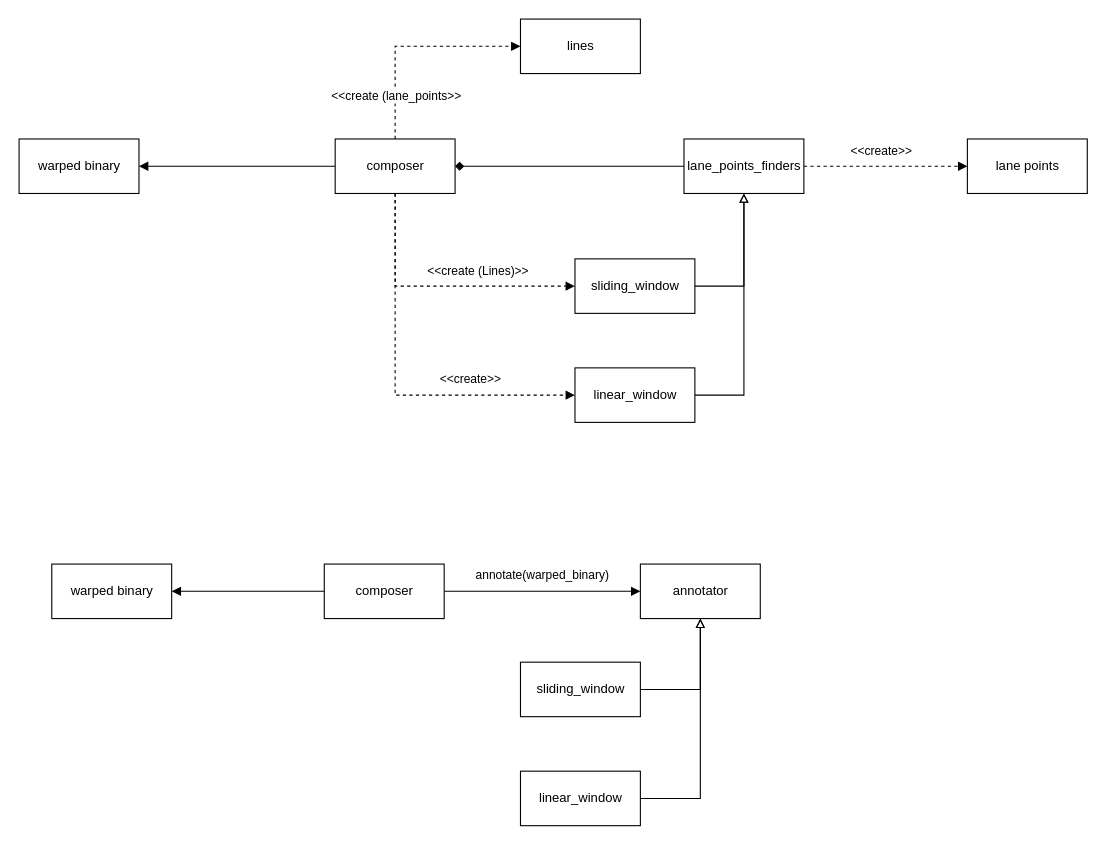
The draw.io diagram page "Page-6" (6 of 7) of sandbox.drawio in ben-blazado/CarND-Advanced-Lane-Lines, before the edit. Source tidied: cells renumbered, new cells numbered last; positions are measured from the earlier drawing's top-left corner, leaving out a move shared by most shapes. Both pictures are drawn from the tidied source at 109%, with x=0, y=0 at pixel (19, 19).
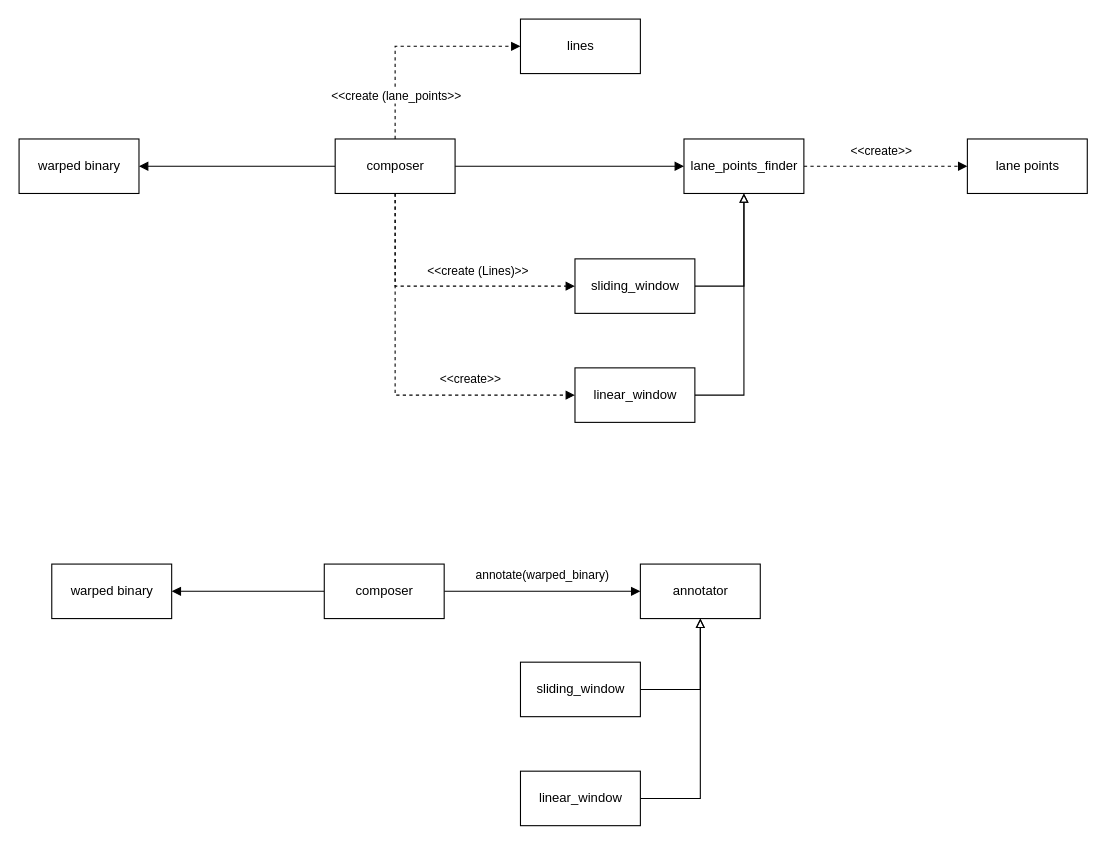
The same diagram, later.

The change refers to these unchanged cells:
```xml
<mxCell id="16" value="composer" style="html=1;" parent="1" vertex="1">
  <mxGeometry x="290" y="110" width="110" height="50" as="geometry" />
</mxCell>
```

The edit, as a diff of the source:
```diff
@@
-    <mxCell id="4" style="edgeStyle=orthogonalEdgeStyle;rounded=0;jettySize=auto;html=1;exitX=0;exitY=0.5;exitDx=0;exitDy=0;endArrow=diamond;endFill=1;" parent="1" edge="1" source="5" target="16">
-      <mxGeometry relative="1" as="geometry" />
-    </mxCell>
-    <mxCell id="5" value="lane_points_finders" style="html=1;" parent="1" vertex="1">
+    <mxCell id="5" value="lane_points_finder" style="html=1;" parent="1" vertex="1">
       <mxGeometry x="610" y="110" width="110" height="50" as="geometry" />
     </mxCell>
@@
+    <mxCell id="29" style="edgeStyle=orthogonalEdgeStyle;rounded=0;jettySize=auto;html=1;exitX=1;exitY=0.5;exitDx=0;exitDy=0;entryX=0;entryY=0.5;entryDx=0;entryDy=0;endArrow=block;endFill=1;" parent="1" edge="1" source="16" target="5">
+      <mxGeometry relative="1" as="geometry" />
+    </mxCell>
```
